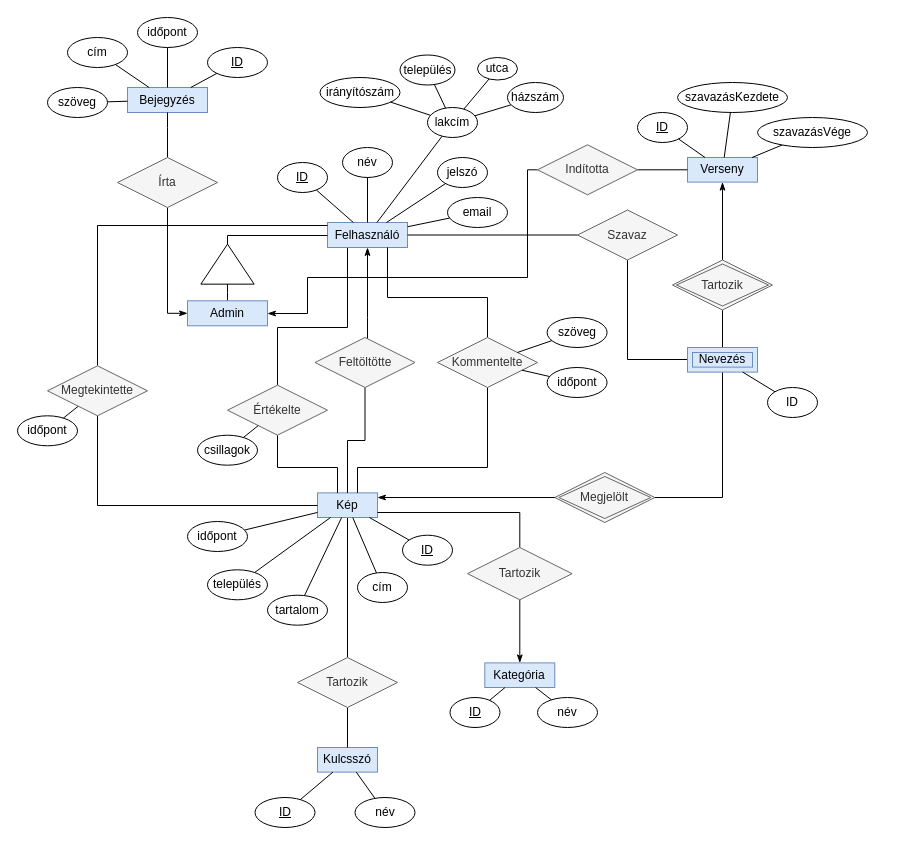
Above: doc/egyedkapcsolat.drawio in 7FroSty/fenykepalbum (draw.io), before the change. Source tidied: cells renumbered, new cells numbered last; positions are measured from the earlier drawing's top-left corner, leaving out a move shared by most shapes. Both pictures are drawn from the tidied source at 100%, with x=0, y=0 at pixel (17, 17).
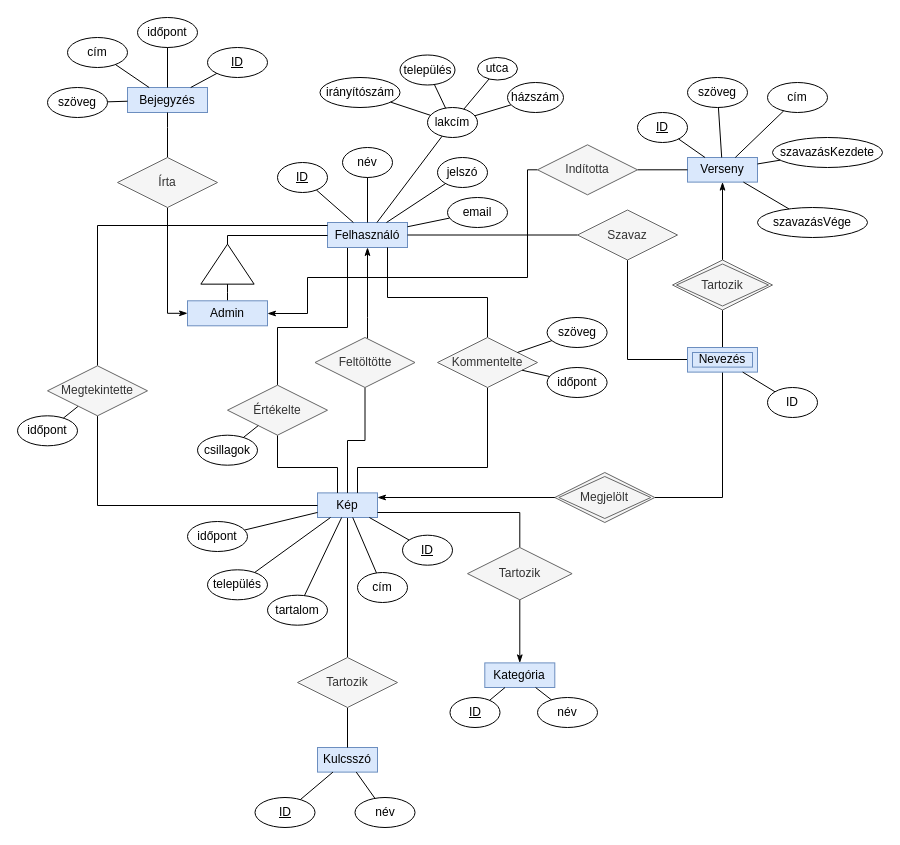
After the change.

Commit message (it also covers changes not shown here):
Egyedkapcsolat diagram

Unchanged cells that the change refers to:
```xml
<mxCell id="57" value="Verseny" style="whiteSpace=wrap;html=1;align=center;fillColor=#dae8fc;strokeColor=#6c8ebf;" parent="1" vertex="1">
  <mxGeometry x="670" y="140" width="70" height="24.6" as="geometry" />
</mxCell>
```

What changed in the source:
```diff
@@
     <mxCell id="59" value="szavazásKezdete" style="ellipse;whiteSpace=wrap;html=1;align=center;" parent="1" vertex="1">
-      <mxGeometry x="660" y="65" width="110" height="30" as="geometry" />
+      <mxGeometry x="755" y="120" width="110" height="30" as="geometry" />
     </mxCell>
     <mxCell id="60" value="szavazásVége" style="ellipse;whiteSpace=wrap;html=1;align=center;" parent="1" vertex="1">
-      <mxGeometry x="740" y="100" width="110" height="30" as="geometry" />
+      <mxGeometry x="740" y="190" width="110" height="30" as="geometry" />
     </mxCell>
@@
+    <mxCell id="106" value="cím" style="ellipse;whiteSpace=wrap;html=1;align=center;" parent="1" vertex="1">
+      <mxGeometry x="750" y="65" width="60" height="30" as="geometry" />
+    </mxCell>
+    <mxCell id="107" value="szöveg" style="ellipse;whiteSpace=wrap;html=1;align=center;" parent="1" vertex="1">
+      <mxGeometry x="670" y="60" width="60" height="30" as="geometry" />
+    </mxCell>
+    <mxCell id="108" style="endArrow=none;html=1;" parent="1" edge="1" source="107" target="57">
+      <mxGeometry relative="1" as="geometry" />
+    </mxCell>
+    <mxCell id="109" style="endArrow=none;html=1;" parent="1" edge="1" source="106" target="57">
+      <mxGeometry relative="1" as="geometry" />
+    </mxCell>
```
